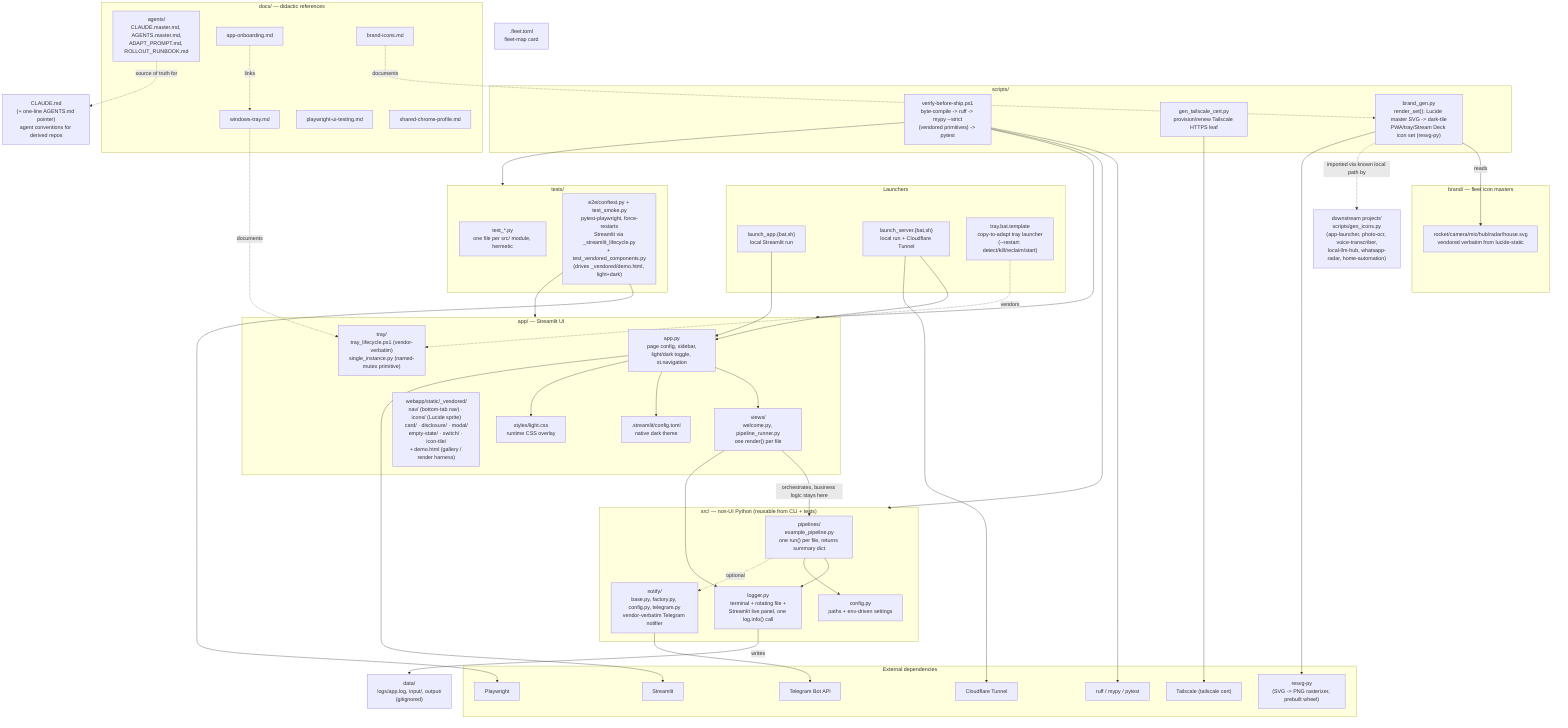
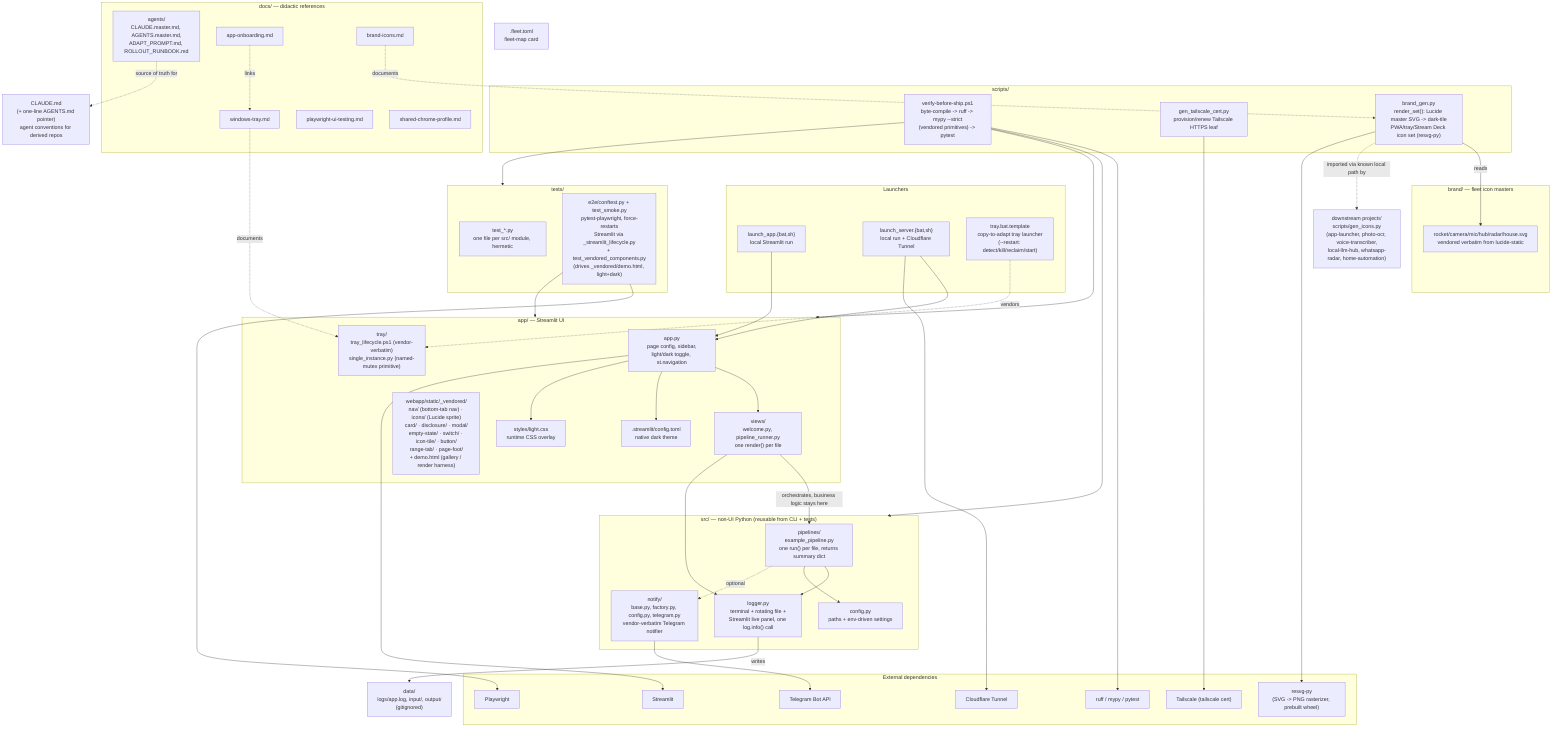
%% docs/architecture.mmd — project-scaffolding's own internal structure.
%% Hand-authored, not generated — this is the per-repo counterpart to the
%% fleet-wide map `fleet-config`'s `/system-map` aggregates from every repo's
%% `.fleet.toml`. That map is mechanically crawled; this repo's own internal
%% shape is semantic and can't be, so it is authored once and kept correct by
%% discipline. Update this diagram in the same PR as any material structural
%% change (a new view, a new vendored component, a script relocated) — same
%% anti-staleness contract as this repo's own `.fleet.toml` `description` field.
%% See `ferraroroberto/fleet-config#256` for the general convention.

flowchart TB
  subgraph launchers["Launchers"]
    LAUNCHAPP["launch_app.{bat,sh}\nlocal Streamlit run"]
    LAUNCHSRV["launch_server.{bat,sh}\nlocal run + Cloudflare Tunnel"]
    TRAYTMPL["tray.bat.template\ncopy-to-adapt tray launcher\n(--restart: detect/kill/reclaim/start)"]
  end

  subgraph appdir["app/ — Streamlit UI"]
    APPPY["app.py\npage config, sidebar,\nlight/dark toggle, st.navigation"]
    VIEWS["views/\nwelcome.py, pipeline_runner.py\none render() per file"]
    TRAYLIB["tray/\ntray_lifecycle.ps1 (vendor-verbatim)\nsingle_instance.py (named-mutex primitive)"]
-     WEBVEND["webapp/static/_vendored/\nnav/ (bottom-tab nav) · icons/ (Lucide sprite)\ncard/ · disclosure/ · modal/\nempty-state/ · switch/ · icon-tile/\n+ demo.html (gallery / render harness)"]
+     WEBVEND["webapp/static/_vendored/\nnav/ (bottom-tab nav) · icons/ (Lucide sprite)\ncard/ · disclosure/ · modal/\nempty-state/ · switch/ · icon-tile/ · button/\nrange-tab/ · page-foot/\n+ demo.html (gallery / render harness)"]
    STYLES["styles/light.css\nruntime CSS overlay"]
    STCFG[".streamlit/config.toml\nnative dark theme"]
  end
  APPPY --> VIEWS
  APPPY --> STCFG
  APPPY --> STYLES
  LAUNCHAPP --> APPPY
  LAUNCHSRV --> APPPY
  TRAYTMPL -.->|vendors| TRAYLIB

  subgraph srcdir["src/ — non-UI Python (reusable from CLI + tests)"]
    CONFIG["config.py\npaths + env-driven settings"]
    LOGGER["logger.py\nterminal + rotating file +\nStreamlit live panel, one log.info() call"]
    PIPELINES["pipelines/\nexample_pipeline.py\none run() per file, returns summary dict"]
    NOTIFY["notify/\nbase.py, factory.py, config.py, telegram.py\nvendor-verbatim Telegram notifier"]
  end
  VIEWS -->|orchestrates, business logic stays here| PIPELINES
  VIEWS --> LOGGER
  PIPELINES --> LOGGER
  PIPELINES --> CONFIG
  LOGGER -->|writes| DATALOGS
  PIPELINES -.->|optional| NOTIFY

  DATALOGS["data/\nlogs/app.log, input/, output/\n(gitignored)"]

  subgraph scriptsdir["scripts/"]
    VERIFY["verify-before-ship.ps1\nbyte-compile -> ruff -> mypy --strict\n(vendored primitives) -> pytest"]
    TSCERT["gen_tailscale_cert.py\nprovision/renew Tailscale HTTPS leaf"]
    BRANDGEN["brand_gen.py\nrender_set(): Lucide master SVG -> dark-tile\nPWA/tray/Stream Deck icon set (resvg-py)"]
  end
  VERIFY --> srcdir
  VERIFY --> appdir
  VERIFY --> testsdir

  subgraph branddir["brand/ — fleet icon masters"]
    BRANDSVGS["rocket/camera/mic/hub/radar/house.svg\nvendored verbatim from lucide-static"]
  end
  BRANDGEN -->|reads| BRANDSVGS
  BRANDGEN -.->|imported via known local path by| DOWNSTREAM["downstream projects'\nscripts/gen_icons.py\n(app-launcher, photo-ocr, voice-transcriber,\nlocal-llm-hub, whatsapp-radar, home-automation)"]

  subgraph testsdir["tests/"]
    UNIT["test_*.py\none file per src/ module, hermetic"]
    E2E["e2e/conftest.py + test_smoke.py\npytest-playwright, force-restarts\nStreamlit via _streamlit_lifecycle.py\n+ test_vendored_components.py\n(drives _vendored/demo.html, light+dark)"]
  end
  E2E --> appdir

  subgraph docsdir["docs/ — didactic references"]
    AGENTSDIR["agents/\nCLAUDE.master.md, AGENTS.master.md,\nADAPT_PROMPT.md, ROLLOUT_RUNBOOK.md"]
    TRAYDOC["windows-tray.md"]
    ONBOARD["app-onboarding.md"]
    PLAYWRIGHTDOC["playwright-ui-testing.md"]
    CHROMEDOC["shared-chrome-profile.md"]
    BRANDDOC["brand-icons.md"]
  end
  AGENTSDIR -.->|source of truth for| CLAUDEMD
  TRAYDOC -.->|documents| TRAYLIB
  ONBOARD -.->|links| TRAYDOC
  BRANDDOC -.->|documents| BRANDGEN

  CLAUDEMD["CLAUDE.md\n(+ one-line AGENTS.md pointer)\nagent conventions for derived repos"]
  FLEETTOML[".fleet.toml\nfleet-map card"]

  subgraph external["External dependencies"]
    STREAMLIT["Streamlit"]
    CLOUDFLARE["Cloudflare Tunnel"]
    TELEGRAM["Telegram Bot API"]
    TAILSCALE["Tailscale (tailscale cert)"]
    PLAYWRIGHT["Playwright"]
    RUFFMYPY["ruff / mypy / pytest"]
    RESVG["resvg-py\n(SVG -> PNG rasterizer, prebuilt wheel)"]
  end
  APPPY --> STREAMLIT
  LAUNCHSRV --> CLOUDFLARE
  NOTIFY --> TELEGRAM
  TSCERT --> TAILSCALE
  E2E --> PLAYWRIGHT
  VERIFY --> RUFFMYPY
  BRANDGEN --> RESVG
